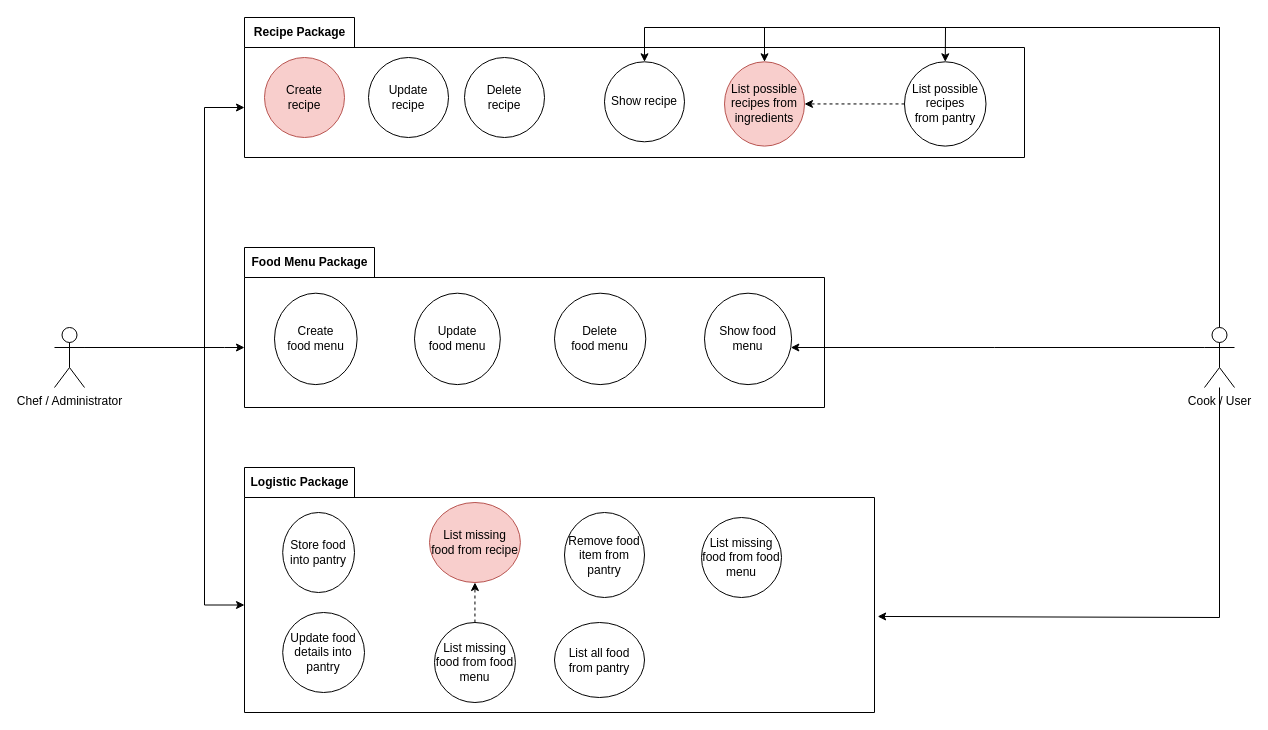
This is doc/use-case-diagram.drawio from jantoniomartinfdez/chefficient, a draw.io file, before an edit. Source tidied: cells renumbered, new cells numbered last; positions are measured from the earlier drawing's top-left corner, leaving out a move shared by most shapes. Both pictures are drawn from the tidied source at 100%, with x=0, y=0 at pixel (54, 17).
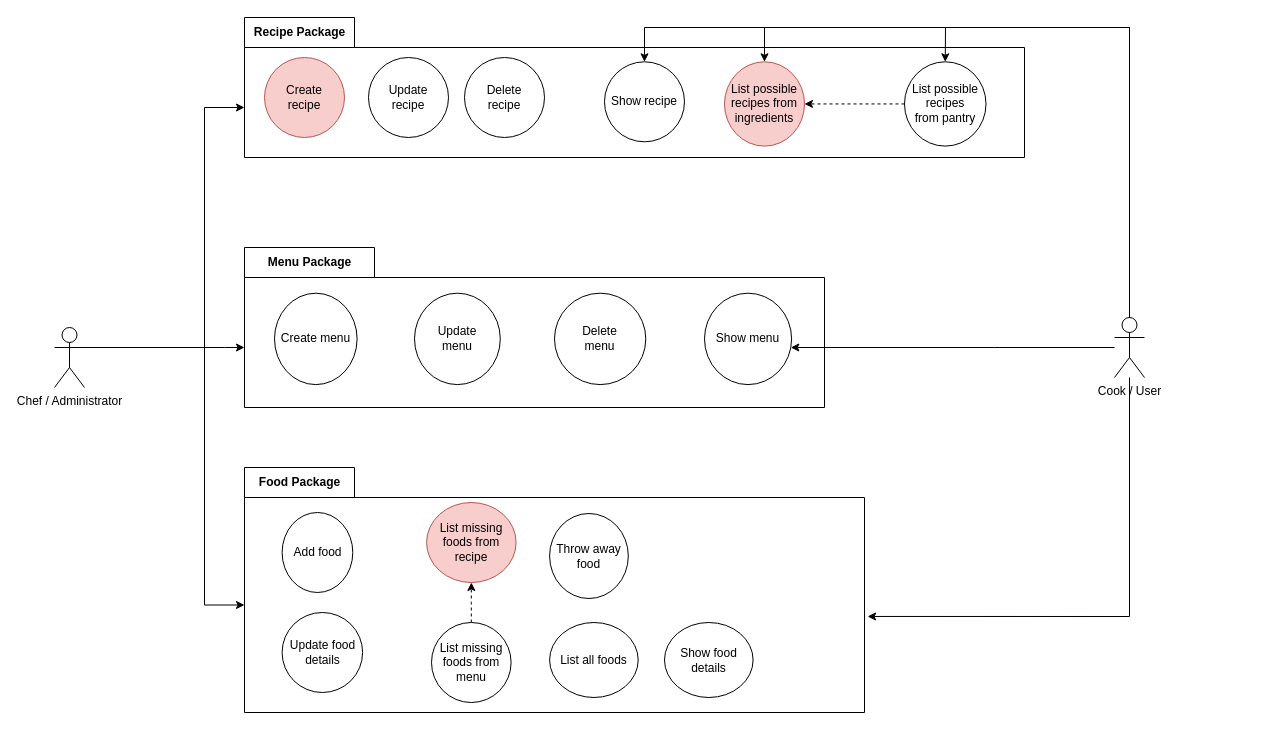
Above is the later version.

Commit message (it also covers changes not shown here):
Adding domain model design UML diagram along with some rectifications in either the Readme and use case diagram

Unchanged cells that the change refers to:
```xml
<mxCell id="13" value="Show recipe" style="ellipse;whiteSpace=wrap;html=1;verticalAlign=middle;direction=south;" parent="8" vertex="1">
  <mxGeometry x="360" y="44.3" width="80" height="80" as="geometry" />
</mxCell>
<mxCell id="14" value="List possible recipes from ingredients" style="ellipse;whiteSpace=wrap;html=1;verticalAlign=middle;fillColor=#f8cecc;strokeColor=#b85450;" parent="8" vertex="1">
  <mxGeometry x="480" y="44.3" width="80" height="84.3" as="geometry" />
</mxCell>
<mxCell id="15" value="List possible recipes from&amp;nbsp;pantry" style="ellipse;whiteSpace=wrap;html=1;verticalAlign=middle;" parent="8" vertex="1">
  <mxGeometry x="660" y="44.3" width="81.5" height="84.3" as="geometry" />
</mxCell>
```

The edit, as a diff of the source:
```diff
@@
-    <mxCell id="2" value="Food Menu Package" style="shape=folder;fontStyle=1;tabWidth=130;tabHeight=30;tabPosition=left;html=1;boundedLbl=1;labelInHeader=1;" parent="1" vertex="1">
+    <mxCell id="2" value="Menu Package" style="shape=folder;fontStyle=1;tabWidth=130;tabHeight=30;tabPosition=left;html=1;boundedLbl=1;labelInHeader=1;" parent="1" vertex="1">
       <mxGeometry x="190" y="230" width="580" height="160" as="geometry" />
     </mxCell>
@@
-    <mxCell id="4" value="Create&lt;br&gt;food menu" style="ellipse;whiteSpace=wrap;html=1;verticalAlign=middle;" parent="2" vertex="1">
+    <mxCell id="4" value="Create menu" style="ellipse;whiteSpace=wrap;html=1;verticalAlign=middle;" parent="2" vertex="1">
       <mxGeometry x="30" y="45.7" width="82.6" height="91.4" as="geometry" />
     </mxCell>
-    <mxCell id="5" value="Update&lt;br&gt;food menu" style="ellipse;whiteSpace=wrap;html=1;verticalAlign=middle;" parent="2" vertex="1">
+    <mxCell id="5" value="Update&lt;br&gt;menu" style="ellipse;whiteSpace=wrap;html=1;verticalAlign=middle;" parent="2" vertex="1">
       <mxGeometry x="170" y="45.7" width="85.8" height="91.4" as="geometry" />
     </mxCell>
-    <mxCell id="6" value="Delete&lt;br&gt;food menu" style="ellipse;whiteSpace=wrap;html=1;verticalAlign=middle;" parent="2" vertex="1">
+    <mxCell id="6" value="Delete&lt;br&gt;menu" style="ellipse;whiteSpace=wrap;html=1;verticalAlign=middle;" parent="2" vertex="1">
       <mxGeometry x="310" y="45.7" width="91.3" height="91.4" as="geometry" />
     </mxCell>
-    <mxCell id="7" value="Show food menu" style="ellipse;whiteSpace=wrap;html=1;verticalAlign=middle;" parent="2" vertex="1">
+    <mxCell id="7" value="Show menu" style="ellipse;whiteSpace=wrap;html=1;verticalAlign=middle;" parent="2" vertex="1">
       <mxGeometry x="460" y="45.7" width="87.1" height="91.4" as="geometry" />
     </mxCell>
@@
-    <mxCell id="17" value="Logistic Package" style="shape=folder;fontStyle=1;tabWidth=110;tabHeight=30;tabPosition=left;html=1;boundedLbl=1;labelInHeader=1;" parent="1" vertex="1">
-      <mxGeometry x="190" y="450" width="630" height="245" as="geometry" />
+    <mxCell id="17" value="Food&amp;nbsp;Package" style="shape=folder;fontStyle=1;tabWidth=110;tabHeight=30;tabPosition=left;html=1;boundedLbl=1;labelInHeader=1;" parent="1" vertex="1">
+      <mxGeometry x="190" y="450" width="620" height="245" as="geometry" />
     </mxCell>
     <mxCell id="18" style="html=1;strokeColor=none;fillColor=none;" parent="17" vertex="1">
-      <mxGeometry width="630" height="171.5" relative="1" as="geometry">
+      <mxGeometry width="600.32" height="190" relative="1" as="geometry">
         <mxPoint y="30" as="offset" />
       </mxGeometry>
     </mxCell>
-    <mxCell id="19" value="Store food into pantry" style="ellipse;whiteSpace=wrap;html=1;verticalAlign=middle;" parent="17" vertex="1">
-      <mxGeometry x="38.2" y="45" width="71.8" height="80" as="geometry" />
+    <mxCell id="19" value="Add food" style="ellipse;whiteSpace=wrap;html=1;verticalAlign=middle;" parent="17" vertex="1">
+      <mxGeometry x="37.6" y="45" width="70.7" height="80" as="geometry" />
     </mxCell>
-    <mxCell id="20" value="Update food details into pantry" style="ellipse;whiteSpace=wrap;html=1;verticalAlign=middle;" parent="17" vertex="1">
-      <mxGeometry x="38.2" y="145" width="81.8" height="80" as="geometry" />
+    <mxCell id="20" value="Update food details" style="ellipse;whiteSpace=wrap;html=1;verticalAlign=middle;" parent="17" vertex="1">
+      <mxGeometry x="37.6" y="145" width="80.5" height="80" as="geometry" />
     </mxCell>
-    <mxCell id="21" value="Remove food item from pantry" style="ellipse;whiteSpace=wrap;html=1;verticalAlign=middle;" parent="17" vertex="1">
-      <mxGeometry x="320" y="45" width="80" height="85" as="geometry" />
+    <mxCell id="21" value="Throw away food" style="ellipse;whiteSpace=wrap;html=1;verticalAlign=middle;" parent="17" vertex="1">
+      <mxGeometry x="305.1" y="46" width="78.7" height="85" as="geometry" />
     </mxCell>
-    <mxCell id="22" value="List all food from pantry" style="ellipse;whiteSpace=wrap;html=1;verticalAlign=middle;" parent="17" vertex="1">
-      <mxGeometry x="310" y="155" width="90" height="75" as="geometry" />
+    <mxCell id="22" value="List all foods" style="ellipse;whiteSpace=wrap;html=1;verticalAlign=middle;" parent="17" vertex="1">
+      <mxGeometry x="305.1" y="155" width="88.6" height="75" as="geometry" />
     </mxCell>
-    <mxCell id="23" value="List missing food from recipe" style="ellipse;whiteSpace=wrap;html=1;verticalAlign=middle;fillColor=#f8cecc;strokeColor=#b85450;" parent="17" vertex="1">
-      <mxGeometry x="185" y="35" width="90.9" height="80" as="geometry" />
+    <mxCell id="23" value="List missing foods from recipe" style="ellipse;whiteSpace=wrap;html=1;verticalAlign=middle;fillColor=#f8cecc;strokeColor=#b85450;" parent="17" vertex="1">
+      <mxGeometry x="182.1" y="35" width="89.5" height="80" as="geometry" />
     </mxCell>
@@
-    <mxCell id="25" value="List missing food from food menu" style="ellipse;whiteSpace=wrap;html=1;verticalAlign=middle;" parent="17" vertex="1">
-      <mxGeometry x="190" y="155" width="80.9" height="80" as="geometry" />
+    <mxCell id="25" value="List missing foods from menu" style="ellipse;whiteSpace=wrap;html=1;verticalAlign=middle;" parent="17" vertex="1">
+      <mxGeometry x="187" y="155" width="79.6" height="80" as="geometry" />
     </mxCell>
-    <mxCell id="26" value="List missing food from food menu" style="ellipse;whiteSpace=wrap;html=1;verticalAlign=middle;" parent="17" vertex="1">
-      <mxGeometry x="457" y="50" width="80" height="80" as="geometry" />
-    </mxCell>
+    <mxCell id="37" value="Show food details" style="ellipse;whiteSpace=wrap;html=1;verticalAlign=middle;" parent="17" vertex="1">
+      <mxGeometry x="420" y="155" width="88.6" height="75" as="geometry" />
+    </mxCell>
@@
     <mxCell id="31" style="edgeStyle=orthogonalEdgeStyle;rounded=0;jettySize=auto;html=1;entryX=1.005;entryY=0.608;entryDx=0;entryDy=0;entryPerimeter=0;" parent="1" edge="1" source="36" target="17">
       <mxGeometry relative="1" as="geometry">
         <Array as="points">
-          <mxPoint x="1165" y="600" />
+          <mxPoint x="1075" y="599" />
         </Array>
       </mxGeometry>
     </mxCell>
     <mxCell id="32" style="edgeStyle=orthogonalEdgeStyle;rounded=0;jettySize=auto;html=1;" parent="1" edge="1" source="36" target="13">
       <mxGeometry relative="1" as="geometry">
         <Array as="points">
-          <mxPoint x="1165" y="10" />
+          <mxPoint x="1075" y="10" />
           <mxPoint x="590" y="10" />
         </Array>
       </mxGeometry>
     </mxCell>
     <mxCell id="33" style="edgeStyle=orthogonalEdgeStyle;rounded=0;jettySize=auto;html=1;" parent="1" edge="1" source="36" target="14">
       <mxGeometry relative="1" as="geometry">
         <Array as="points">
-          <mxPoint x="1165" y="10" />
+          <mxPoint x="1075" y="10" />
           <mxPoint x="710" y="10" />
         </Array>
       </mxGeometry>
     </mxCell>
     <mxCell id="34" style="edgeStyle=orthogonalEdgeStyle;rounded=0;jettySize=auto;html=1;" parent="1" edge="1" source="36" target="15">
       <mxGeometry relative="1" as="geometry">
         <Array as="points">
-          <mxPoint x="1165" y="10" />
+          <mxPoint x="1075" y="10" />
           <mxPoint x="891" y="10" />
         </Array>
       </mxGeometry>
     </mxCell>
@@
     <mxCell id="36" value="Cook / User" style="shape=umlActor;verticalLabelPosition=bottom;verticalAlign=top;html=1;outlineConnect=0;" parent="1" vertex="1">
-      <mxGeometry x="1150" y="310" width="30" height="60" as="geometry" />
+      <mxGeometry x="1060" y="300" width="30" height="60" as="geometry" />
     </mxCell>
```
